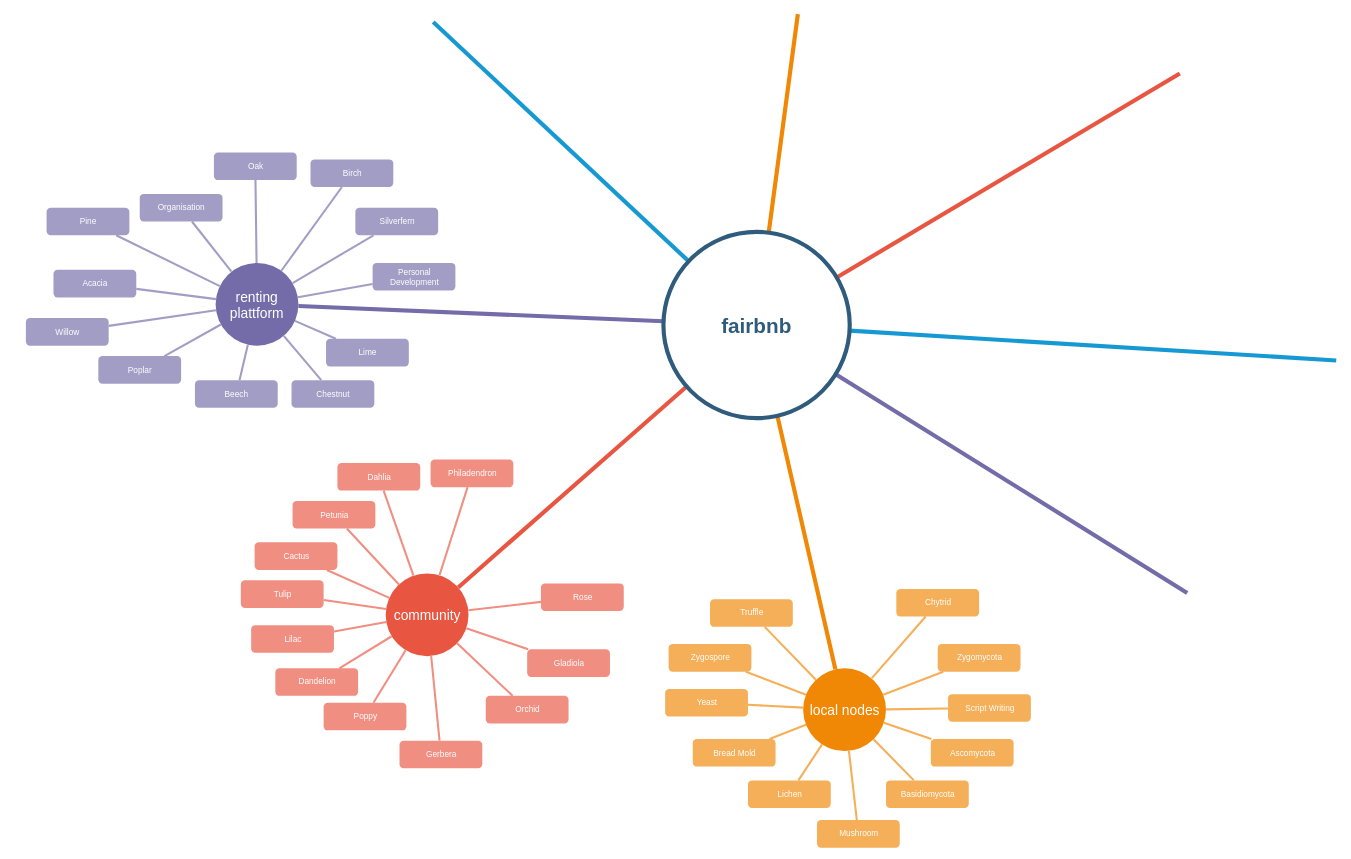
Above: fairbnb angel program.drawio in PackElend/fairbnb (draw.io), before the change. Source tidied: cells renumbered, new cells numbered last; positions are measured from the earlier drawing's top-left corner, leaving out a move shared by most shapes. Both pictures are drawn from the tidied source at 69%, with x=0, y=0 at pixel (26, 14).
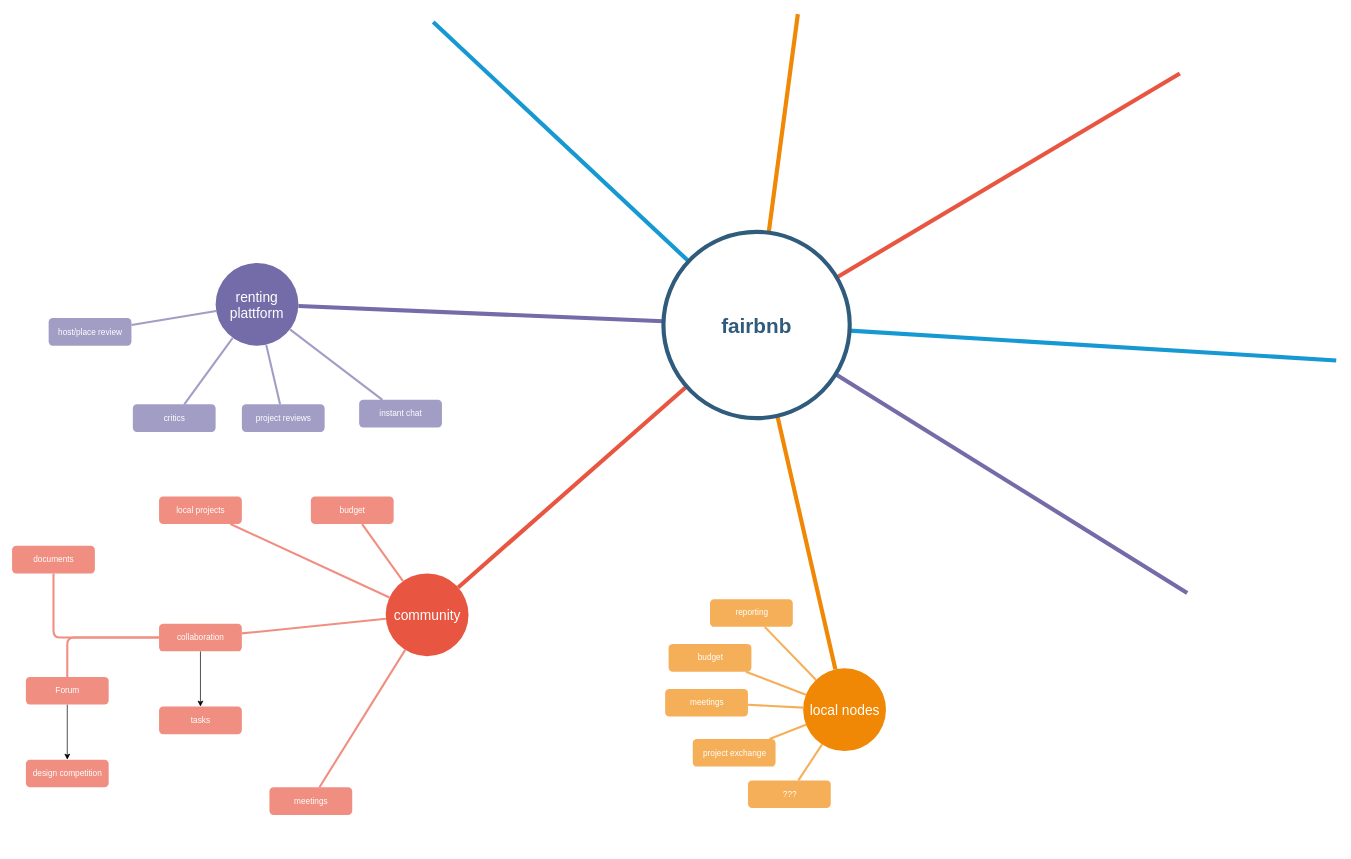
Above is the later version.

The change refers to these unchanged cells:
```xml
<mxCell id="2" value="local nodes" style="ellipse;whiteSpace=wrap;html=1;shadow=0;fontFamily=Helvetica;fontSize=20;fontColor=#FFFFFF;align=center;strokeWidth=3;fillColor=#F08705;strokeColor=none;" parent="1" vertex="1">
  <mxGeometry x="1126.5" y="948" width="120" height="120" as="geometry" />
</mxCell>
<mxCell id="3" value="community" style="ellipse;whiteSpace=wrap;html=1;shadow=0;fontFamily=Helvetica;fontSize=20;fontColor=#FFFFFF;align=center;strokeWidth=3;fillColor=#E85642;strokeColor=none;" parent="1" vertex="1">
  <mxGeometry x="521.5" y="810.5" width="120" height="120" as="geometry" />
</mxCell>
<mxCell id="59" value="renting plattform" style="ellipse;whiteSpace=wrap;html=1;shadow=0;fontFamily=Helvetica;fontSize=20;fontColor=#FFFFFF;align=center;strokeWidth=3;fillColor=#736ca8;strokeColor=none;" parent="1" vertex="1">
  <mxGeometry x="275" y="360.5" width="120" height="120" as="geometry" />
</mxCell>
```

Diff of the diagram source:
```diff
@@
-    <mxCell id="12" value="Zygomycota" style="rounded=1;fillColor=#f5af58;strokeColor=none;strokeWidth=3;shadow=0;html=1;fontColor=#FFFFFF;" parent="1" vertex="1">
-      <mxGeometry x="1321.5" y="913" width="120" height="40" as="geometry" />
-    </mxCell>
-    <mxCell id="13" value="Script Writing" style="rounded=1;fillColor=#f5af58;strokeColor=none;strokeWidth=3;shadow=0;html=1;fontColor=#FFFFFF;" parent="1" vertex="1">
-      <mxGeometry x="1336.5" y="985.5" width="120" height="40" as="geometry" />
-    </mxCell>
-    <mxCell id="14" value="Ascomycota" style="rounded=1;fillColor=#f5af58;strokeColor=none;strokeWidth=3;shadow=0;html=1;fontColor=#FFFFFF;" parent="1" vertex="1">
-      <mxGeometry x="1311.5" y="1050.5" width="120" height="40" as="geometry" />
-    </mxCell>
-    <mxCell id="15" value="Basidiomycota" style="rounded=1;fillColor=#f5af58;strokeColor=none;strokeWidth=3;shadow=0;html=1;fontColor=#FFFFFF;" parent="1" vertex="1">
-      <mxGeometry x="1246.5" y="1110.5" width="120" height="40" as="geometry" />
-    </mxCell>
-    <mxCell id="16" value="Mushroom" style="rounded=1;fillColor=#f5af58;strokeColor=none;strokeWidth=3;shadow=0;html=1;fontColor=#FFFFFF;" parent="1" vertex="1">
-      <mxGeometry x="1146.5" y="1168" width="120" height="40" as="geometry" />
-    </mxCell>
-    <mxCell id="17" value="Lichen" style="rounded=1;fillColor=#f5af58;strokeColor=none;strokeWidth=3;shadow=0;html=1;fontColor=#FFFFFF;" parent="1" vertex="1">
+    <mxCell id="17" value="???" style="rounded=1;fillColor=#f5af58;strokeColor=none;strokeWidth=3;shadow=0;html=1;fontColor=#FFFFFF;" parent="1" vertex="1">
       <mxGeometry x="1046.5" y="1110.5" width="120" height="40" as="geometry" />
     </mxCell>
-    <mxCell id="18" value="Bread Mold" style="rounded=1;fillColor=#f5af58;strokeColor=none;strokeWidth=3;shadow=0;html=1;fontColor=#FFFFFF;" parent="1" vertex="1">
+    <mxCell id="18" value="project exchange" style="rounded=1;fillColor=#f5af58;strokeColor=none;strokeWidth=3;shadow=0;html=1;fontColor=#FFFFFF;" parent="1" vertex="1">
       <mxGeometry x="966.5" y="1050.5" width="120" height="40" as="geometry" />
     </mxCell>
-    <mxCell id="19" value="Yeast" style="rounded=1;fillColor=#f5af58;strokeColor=none;strokeWidth=3;shadow=0;html=1;fontColor=#FFFFFF;" parent="1" vertex="1">
+    <mxCell id="19" value="meetings" style="rounded=1;fillColor=#f5af58;strokeColor=none;strokeWidth=3;shadow=0;html=1;fontColor=#FFFFFF;" parent="1" vertex="1">
       <mxGeometry x="926.5" y="978" width="120" height="40" as="geometry" />
     </mxCell>
-    <mxCell id="20" value="Zygospore" style="rounded=1;fillColor=#f5af58;strokeColor=none;strokeWidth=3;shadow=0;html=1;fontColor=#FFFFFF;" parent="1" vertex="1">
+    <mxCell id="20" value="budget" style="rounded=1;fillColor=#f5af58;strokeColor=none;strokeWidth=3;shadow=0;html=1;fontColor=#FFFFFF;" parent="1" vertex="1">
       <mxGeometry x="931.5" y="913" width="120" height="40" as="geometry" />
     </mxCell>
-    <mxCell id="21" value="Truffle" style="rounded=1;fillColor=#f5af58;strokeColor=none;strokeWidth=3;shadow=0;html=1;fontColor=#FFFFFF;" parent="1" vertex="1">
+    <mxCell id="21" value="reporting" style="rounded=1;fillColor=#f5af58;strokeColor=none;strokeWidth=3;shadow=0;html=1;fontColor=#FFFFFF;" parent="1" vertex="1">
       <mxGeometry x="991.5" y="848" width="120" height="40" as="geometry" />
     </mxCell>
-    <mxCell id="22" value="Chytrid" style="rounded=1;fillColor=#f5af58;strokeColor=none;strokeWidth=3;shadow=0;html=1;fontColor=#FFFFFF;" parent="1" vertex="1">
-      <mxGeometry x="1261.5" y="833" width="120" height="40" as="geometry" />
-    </mxCell>
-    <mxCell id="23" style="edgeStyle=none;endArrow=none;strokeWidth=3;strokeColor=#F5AF58;html=1;" parent="1" edge="1" source="2" target="22">
-      <mxGeometry x="243.5" y="39" as="geometry" />
-    </mxCell>
-    <mxCell id="24" style="edgeStyle=none;endArrow=none;strokeWidth=3;strokeColor=#F5AF58;html=1;" parent="1" edge="1" source="2" target="12">
-      <mxGeometry x="243.5" y="39" as="geometry" />
-    </mxCell>
-    <mxCell id="25" style="edgeStyle=none;endArrow=none;strokeWidth=3;strokeColor=#F5AF58;html=1;" parent="1" edge="1" source="2" target="13">
-      <mxGeometry x="243.5" y="39" as="geometry" />
-    </mxCell>
-    <mxCell id="26" style="edgeStyle=none;endArrow=none;strokeWidth=3;strokeColor=#F5AF58;html=1;" parent="1" edge="1" source="2" target="14">
-      <mxGeometry x="243.5" y="39" as="geometry" />
-    </mxCell>
-    <mxCell id="27" style="edgeStyle=none;endArrow=none;strokeWidth=3;strokeColor=#F5AF58;html=1;" parent="1" edge="1" source="2" target="15">
-      <mxGeometry x="243.5" y="39" as="geometry" />
-    </mxCell>
-    <mxCell id="28" style="edgeStyle=none;endArrow=none;strokeWidth=3;strokeColor=#F5AF58;html=1;" parent="1" edge="1" source="2" target="16">
-      <mxGeometry x="243.5" y="39" as="geometry" />
-    </mxCell>
@@
-    <mxCell id="34" value="Philadendron" style="rounded=1;fillColor=#f08e81;strokeColor=none;strokeWidth=3;shadow=0;html=1;fontColor=#FFFFFF;" parent="1" vertex="1">
-      <mxGeometry x="586.5" y="645.5" width="120" height="40" as="geometry" />
-    </mxCell>
-    <mxCell id="35" value="Dahlia" style="rounded=1;fillColor=#f08e81;strokeColor=none;strokeWidth=3;shadow=0;html=1;fontColor=#FFFFFF;" parent="1" vertex="1">
-      <mxGeometry x="451.5" y="650.5" width="120" height="40" as="geometry" />
+    <mxCell id="35" value="budget" style="rounded=1;fillColor=#f08e81;strokeColor=none;strokeWidth=3;shadow=0;html=1;fontColor=#FFFFFF;" parent="1" vertex="1">
+      <mxGeometry x="413" y="699" width="120" height="40" as="geometry" />
     </mxCell>
-    <mxCell id="36" value="Petunia" style="rounded=1;fillColor=#f08e81;strokeColor=none;strokeWidth=3;shadow=0;html=1;fontColor=#FFFFFF;" parent="1" vertex="1">
-      <mxGeometry x="386.5" y="705.5" width="120" height="40" as="geometry" />
+    <mxCell id="36" value="local projects" style="rounded=1;fillColor=#f08e81;strokeColor=none;strokeWidth=3;shadow=0;html=1;fontColor=#FFFFFF;" parent="1" vertex="1">
+      <mxGeometry x="193" y="699" width="120" height="40" as="geometry" />
     </mxCell>
-    <mxCell id="37" value="Cactus" style="rounded=1;fillColor=#f08e81;strokeColor=none;strokeWidth=3;shadow=0;html=1;fontColor=#FFFFFF;" parent="1" vertex="1">
-      <mxGeometry x="331.5" y="765.5" width="120" height="40" as="geometry" />
+    <mxCell id="37" value="documents" style="rounded=1;fillColor=#f08e81;strokeColor=none;strokeWidth=3;shadow=0;html=1;fontColor=#FFFFFF;" parent="1" vertex="1">
+      <mxGeometry x="-20" y="770.5" width="120" height="40" as="geometry" />
     </mxCell>
+    <mxCell id="85" style="edgeStyle=orthogonalEdgeStyle;rounded=0;jettySize=auto;html=1;" parent="1" edge="1" source="38" target="86">
+      <mxGeometry relative="1" as="geometry" />
+    </mxCell>
-    <mxCell id="38" value="Tulip" style="rounded=1;fillColor=#f08e81;strokeColor=none;strokeWidth=3;shadow=0;html=1;fontColor=#FFFFFF;" parent="1" vertex="1">
-      <mxGeometry x="311.5" y="820.5" width="120" height="40" as="geometry" />
+    <mxCell id="38" value="Forum" style="rounded=1;fillColor=#f08e81;strokeColor=none;strokeWidth=3;shadow=0;html=1;fontColor=#FFFFFF;" parent="1" vertex="1">
+      <mxGeometry y="960.5" width="120" height="40" as="geometry" />
     </mxCell>
+    <mxCell id="86" value="design competition" style="rounded=1;fillColor=#f08e81;strokeColor=none;strokeWidth=3;shadow=0;html=1;fontColor=#FFFFFF;" parent="1" vertex="1">
+      <mxGeometry y="1080.5" width="120" height="40" as="geometry" />
+    </mxCell>
+    <mxCell id="87" style="edgeStyle=orthogonalEdgeStyle;rounded=1;jettySize=auto;html=1;strokeColor=#F08E81;strokeWidth=3;endArrow=none;" parent="1" edge="1" source="39" target="38">
+      <mxGeometry relative="1" as="geometry" />
+    </mxCell>
+    <mxCell id="88" style="edgeStyle=orthogonalEdgeStyle;rounded=0;jettySize=auto;html=1;" parent="1" edge="1" source="39" target="89">
+      <mxGeometry relative="1" as="geometry" />
+    </mxCell>
-    <mxCell id="39" value="Lilac" style="rounded=1;fillColor=#f08e81;strokeColor=none;strokeWidth=3;shadow=0;html=1;fontColor=#FFFFFF;" parent="1" vertex="1">
-      <mxGeometry x="326.5" y="885.5" width="120" height="40" as="geometry" />
+    <mxCell id="39" value="collaboration" style="rounded=1;fillColor=#f08e81;strokeColor=none;strokeWidth=3;shadow=0;html=1;fontColor=#FFFFFF;" parent="1" vertex="1">
+      <mxGeometry x="193" y="883.5" width="120" height="40" as="geometry" />
     </mxCell>
+    <mxCell id="89" value="tasks" style="rounded=1;fillColor=#f08e81;strokeColor=none;strokeWidth=3;shadow=0;html=1;fontColor=#FFFFFF;" parent="1" vertex="1">
+      <mxGeometry x="193" y="1003.5" width="120" height="40" as="geometry" />
+    </mxCell>
-    <mxCell id="40" value="Dandelion" style="rounded=1;fillColor=#f08e81;strokeColor=none;strokeWidth=3;shadow=0;html=1;fontColor=#FFFFFF;" parent="1" vertex="1">
-      <mxGeometry x="361.5" y="948" width="120" height="40" as="geometry" />
+    <mxCell id="40" value="meetings" style="rounded=1;fillColor=#f08e81;strokeColor=none;strokeWidth=3;shadow=0;html=1;fontColor=#FFFFFF;" parent="1" vertex="1">
+      <mxGeometry x="353" y="1120.5" width="120" height="40" as="geometry" />
     </mxCell>
-    <mxCell id="41" value="Poppy" style="rounded=1;fillColor=#f08e81;strokeColor=none;strokeWidth=3;shadow=0;html=1;fontColor=#FFFFFF;" parent="1" vertex="1">
-      <mxGeometry x="431.5" y="998" width="120" height="40" as="geometry" />
-    </mxCell>
-    <mxCell id="42" value="Gerbera" style="rounded=1;fillColor=#f08e81;strokeColor=none;strokeWidth=3;shadow=0;html=1;fontColor=#FFFFFF;" parent="1" vertex="1">
-      <mxGeometry x="541.5" y="1053" width="120" height="40" as="geometry" />
-    </mxCell>
-    <mxCell id="43" value="Orchid" style="rounded=1;fillColor=#f08e81;strokeColor=none;strokeWidth=3;shadow=0;html=1;fontColor=#FFFFFF;" parent="1" vertex="1">
-      <mxGeometry x="666.5" y="988" width="120" height="40" as="geometry" />
-    </mxCell>
-    <mxCell id="44" value="Gladiola" style="rounded=1;fillColor=#f08e81;strokeColor=none;strokeWidth=3;shadow=0;html=1;fontColor=#FFFFFF;" parent="1" vertex="1">
-      <mxGeometry x="726.5" y="920.5" width="120" height="40" as="geometry" />
-    </mxCell>
-    <mxCell id="45" value="Rose" style="rounded=1;fillColor=#f08e81;strokeColor=none;strokeWidth=3;shadow=0;html=1;fontColor=#FFFFFF;" parent="1" vertex="1">
-      <mxGeometry x="746.5" y="825" width="120" height="40" as="geometry" />
-    </mxCell>
-    <mxCell id="46" style="edgeStyle=none;endArrow=none;strokeWidth=3;strokeColor=#F08E81;html=1;" parent="1" edge="1" source="3" target="45">
-      <mxGeometry x="188.5" y="51.5" as="geometry" />
-    </mxCell>
-    <mxCell id="47" style="edgeStyle=none;endArrow=none;strokeWidth=3;strokeColor=#F08E81;html=1;" parent="1" edge="1" source="3" target="34">
-      <mxGeometry x="188.5" y="51.5" as="geometry" />
-    </mxCell>
@@
-    <mxCell id="50" style="edgeStyle=none;endArrow=none;strokeWidth=3;strokeColor=#F08E81;html=1;" parent="1" edge="1" source="3" target="37">
+    <mxCell id="50" style="edgeStyle=orthogonalEdgeStyle;endArrow=none;strokeWidth=3;strokeColor=#F08E81;html=1;exitX=0;exitY=0.5;exitDx=0;exitDy=0;entryX=0.5;entryY=1;entryDx=0;entryDy=0;" parent="1" edge="1" source="39" target="37">
       <mxGeometry x="188.5" y="51.5" as="geometry" />
     </mxCell>
-    <mxCell id="51" style="edgeStyle=none;endArrow=none;strokeWidth=3;strokeColor=#F08E81;html=1;" parent="1" edge="1" source="3" target="38">
-      <mxGeometry x="188.5" y="51.5" as="geometry" />
-    </mxCell>
@@
-    <mxCell id="54" style="edgeStyle=none;endArrow=none;strokeWidth=3;strokeColor=#F08E81;html=1;" parent="1" edge="1" source="3" target="41">
-      <mxGeometry x="188.5" y="51.5" as="geometry" />
-    </mxCell>
-    <mxCell id="55" style="edgeStyle=none;endArrow=none;strokeWidth=3;strokeColor=#F08E81;html=1;" parent="1" edge="1" source="3" target="42">
-      <mxGeometry x="188.5" y="51.5" as="geometry" />
-    </mxCell>
-    <mxCell id="56" style="edgeStyle=none;endArrow=none;strokeWidth=3;strokeColor=#F08E81;html=1;" parent="1" edge="1" source="3" target="43">
-      <mxGeometry x="188.5" y="51.5" as="geometry" />
-    </mxCell>
-    <mxCell id="57" style="edgeStyle=none;endArrow=none;strokeWidth=3;strokeColor=#F08E81;html=1;" parent="1" edge="1" source="3" target="44">
-      <mxGeometry x="188.5" y="51.5" as="geometry" />
-    </mxCell>
@@
-    <mxCell id="60" value="Organisation" style="rounded=1;fillColor=#a29dc5;strokeColor=none;strokeWidth=3;shadow=0;html=1;fontColor=#FFFFFF;" parent="1" vertex="1">
-      <mxGeometry x="165" y="260.5" width="120" height="40" as="geometry" />
-    </mxCell>
-    <mxCell id="61" value="Oak" style="rounded=1;fillColor=#a29dc5;strokeColor=none;strokeWidth=3;shadow=0;html=1;fontColor=#FFFFFF;" parent="1" vertex="1">
-      <mxGeometry x="272.5" y="200.5" width="120" height="40" as="geometry" />
-    </mxCell>
-    <mxCell id="62" value="Birch" style="rounded=1;fillColor=#a29dc5;strokeColor=none;strokeWidth=3;shadow=0;html=1;fontColor=#FFFFFF;" parent="1" vertex="1">
-      <mxGeometry x="412.5" y="210.5" width="120" height="40" as="geometry" />
-    </mxCell>
-    <mxCell id="63" value="Silverfern" style="rounded=1;fillColor=#a29dc5;strokeColor=none;strokeWidth=3;shadow=0;html=1;fontColor=#FFFFFF;" parent="1" vertex="1">
-      <mxGeometry x="477.5" y="280.5" width="120" height="40" as="geometry" />
-    </mxCell>
-    <mxCell id="64" value="Personal &#10;Development" style="rounded=1;fillColor=#a29dc5;strokeColor=none;strokeWidth=3;shadow=0;html=1;fontColor=#FFFFFF;" parent="1" vertex="1">
-      <mxGeometry x="502.5" y="360.5" width="120" height="40" as="geometry" />
-    </mxCell>
-    <mxCell id="65" value="Pine" style="rounded=1;fillColor=#a29dc5;strokeColor=none;strokeWidth=3;shadow=0;html=1;fontColor=#FFFFFF;" parent="1" vertex="1">
-      <mxGeometry x="30" y="280.5" width="120" height="40" as="geometry" />
-    </mxCell>
-    <mxCell id="66" value="Lime" style="rounded=1;fillColor=#a29dc5;strokeColor=none;strokeWidth=3;shadow=0;html=1;fontColor=#FFFFFF;" parent="1" vertex="1">
-      <mxGeometry x="435" y="470.5" width="120" height="40" as="geometry" />
+    <mxCell id="66" value="project reviews" style="rounded=1;fillColor=#a29dc5;strokeColor=none;strokeWidth=3;shadow=0;html=1;fontColor=#FFFFFF;" parent="1" vertex="1">
+      <mxGeometry x="313" y="565.5" width="120" height="40" as="geometry" />
     </mxCell>
-    <mxCell id="67" value="Chestnut" style="rounded=1;fillColor=#a29dc5;strokeColor=none;strokeWidth=3;shadow=0;html=1;fontColor=#FFFFFF;" parent="1" vertex="1">
-      <mxGeometry x="385" y="530.5" width="120" height="40" as="geometry" />
+    <mxCell id="67" value="critics" style="rounded=1;fillColor=#a29dc5;strokeColor=none;strokeWidth=3;shadow=0;html=1;fontColor=#FFFFFF;" parent="1" vertex="1">
+      <mxGeometry x="155" y="565.5" width="120" height="40" as="geometry" />
     </mxCell>
-    <mxCell id="68" value="Beech" style="rounded=1;fillColor=#a29dc5;strokeColor=none;strokeWidth=3;shadow=0;html=1;fontColor=#FFFFFF;" parent="1" vertex="1">
-      <mxGeometry x="245" y="530.5" width="120" height="40" as="geometry" />
+    <mxCell id="68" value="host/place review" style="rounded=1;fillColor=#a29dc5;strokeColor=none;strokeWidth=3;shadow=0;html=1;fontColor=#FFFFFF;" parent="1" vertex="1">
+      <mxGeometry x="33" y="440.5" width="120" height="40" as="geometry" />
     </mxCell>
-    <mxCell id="69" value="Poplar" style="rounded=1;fillColor=#a29dc5;strokeColor=none;strokeWidth=3;shadow=0;html=1;fontColor=#FFFFFF;" parent="1" vertex="1">
-      <mxGeometry x="105" y="495.5" width="120" height="40" as="geometry" />
-    </mxCell>
-    <mxCell id="70" value="Willow" style="rounded=1;fillColor=#a29dc5;strokeColor=none;strokeWidth=3;shadow=0;html=1;fontColor=#FFFFFF;" parent="1" vertex="1">
-      <mxGeometry y="440.5" width="120" height="40" as="geometry" />
-    </mxCell>
-    <mxCell id="71" style="edgeStyle=none;endArrow=none;strokeWidth=3;strokeColor=#A29DC5;html=1;" parent="1" edge="1" source="59" target="60">
-      <mxGeometry x="-1498" y="-303.5" as="geometry" />
-    </mxCell>
-    <mxCell id="72" value="Acacia" style="rounded=1;fillColor=#a29dc5;strokeColor=none;strokeWidth=3;shadow=0;html=1;fontColor=#FFFFFF;" parent="1" vertex="1">
-      <mxGeometry x="40" y="370.5" width="120" height="40" as="geometry" />
-    </mxCell>
-    <mxCell id="73" style="edgeStyle=none;endArrow=none;strokeWidth=3;strokeColor=#A29DC5;html=1;" parent="1" edge="1" source="59" target="61">
-      <mxGeometry x="-1498" y="-303.5" as="geometry" />
-    </mxCell>
-    <mxCell id="74" style="edgeStyle=none;endArrow=none;strokeWidth=3;strokeColor=#A29DC5;html=1;" parent="1" edge="1" source="59" target="62">
-      <mxGeometry x="-1498" y="-303.5" as="geometry" />
-    </mxCell>
-    <mxCell id="75" style="edgeStyle=none;endArrow=none;strokeWidth=3;strokeColor=#A29DC5;html=1;" parent="1" edge="1" source="59" target="63">
-      <mxGeometry x="-1498" y="-303.5" as="geometry" />
-    </mxCell>
-    <mxCell id="76" style="edgeStyle=none;endArrow=none;strokeWidth=3;strokeColor=#A29DC5;html=1;" parent="1" edge="1" source="59" target="64">
-      <mxGeometry x="-1498" y="-303.5" as="geometry" />
-    </mxCell>
-    <mxCell id="77" style="edgeStyle=none;endArrow=none;strokeWidth=3;strokeColor=#A29DC5;html=1;" parent="1" edge="1" source="59" target="65">
-      <mxGeometry x="-1498" y="-303.5" as="geometry" />
-    </mxCell>
@@
-    <mxCell id="81" style="edgeStyle=none;endArrow=none;strokeWidth=3;strokeColor=#A29DC5;html=1;" parent="1" edge="1" source="59" target="69">
-      <mxGeometry x="-1498" y="-303.5" as="geometry" />
-    </mxCell>
-    <mxCell id="82" style="edgeStyle=none;endArrow=none;strokeWidth=3;strokeColor=#A29DC5;html=1;" parent="1" edge="1" source="59" target="70">
-      <mxGeometry x="-1498" y="-303.5" as="geometry" />
-    </mxCell>
-    <mxCell id="83" style="edgeStyle=none;endArrow=none;strokeWidth=3;strokeColor=#A29DC5;html=1;" parent="1" edge="1" source="59" target="72">
-      <mxGeometry x="-1498" y="-303.5" as="geometry" />
-    </mxCell>
-    <mxCell id="84" style="edgeStyle=none;rounded=0;html=1;exitX=0.5;exitY=1;endArrow=none;endFill=0;jettySize=auto;orthogonalLoop=1;strokeColor=#736CA8;strokeWidth=2;fillColor=#64bbe2;fontSize=20;fontColor=#23445D;" parent="1" edge="1" source="72" target="72">
-      <mxGeometry relative="1" as="geometry" />
-    </mxCell>
+    <mxCell id="90" value="instant chat" style="rounded=1;fillColor=#a29dc5;strokeColor=none;strokeWidth=3;shadow=0;html=1;fontColor=#FFFFFF;" parent="1" vertex="1">
+      <mxGeometry x="483" y="559" width="120" height="40" as="geometry" />
+    </mxCell>
+    <mxCell id="91" style="edgeStyle=none;endArrow=none;strokeWidth=3;strokeColor=#A29DC5;html=1;" parent="1" edge="1" source="59" target="90">
+      <mxGeometry x="-1488" y="-293.5" as="geometry" />
+    </mxCell>
```
